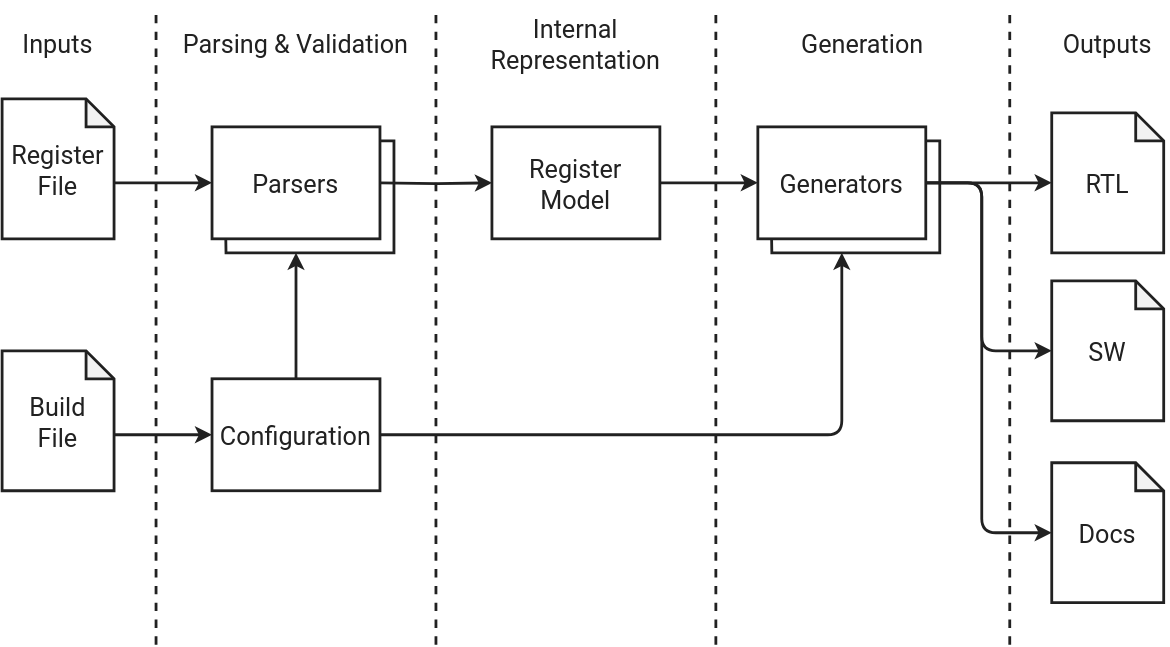
This is dev/assets/images/flow.drawio.svg from corsair-csr/corsair-csr, a draw.io export, as it was before one commit. Source tidied: cells renumbered, new cells last; positions are measured from the earlier drawing's top-left corner, leaving out a move shared by most shapes. The source it was exported from:
```xml
<mxGraphModel>
  <root>
    <mxCell id="0" />
    <mxCell id="1" parent="0" />
    <mxCell id="2" style="rounded=1;jettySize=auto;exitX=0;exitY=0;exitDx=80;exitDy=60;exitPerimeter=0;entryX=0;entryY=0.5;entryDx=0;entryDy=0;fontFamily=Roboto;fontSize=18;fontColor=#212121;fontStyle=0;shadow=0;strokeColor=#212121;strokeWidth=2;align=center;verticalAlign=middle;fillColor=none;fontSource=https%3A%2F%2Ffonts.googleapis.com%2Fcss%3Ffamily%3DRoboto;textShadow=0;" parent="1" edge="1" source="3">
      <mxGeometry relative="1" as="geometry">
        <mxPoint x="150" y="130" as="targetPoint" />
      </mxGeometry>
    </mxCell>
    <mxCell id="3" value="Register&#10;File" style="shape=note;backgroundOutline=1;darkOpacity=0.05;fillColor=none;strokeWidth=2;fontFamily=Roboto;fontSize=18;size=20;fontStyle=0;textShadow=0;shadow=0;strokeColor=#212121;fontColor=#212121;perimeter=rectanglePerimeter;rounded=1;fontSource=https%3A%2F%2Ffonts.googleapis.com%2Fcss%3Ffamily%3DRoboto;align=center;verticalAlign=middle;" parent="1" vertex="1">
      <mxGeometry y="70" width="80" height="100" as="geometry" />
    </mxCell>
    <mxCell id="4" style="edgeStyle=orthogonalEdgeStyle;rounded=1;jettySize=auto;exitX=0;exitY=0;exitDx=80;exitDy=60;exitPerimeter=0;shadow=0;strokeColor=#212121;strokeWidth=2;align=center;verticalAlign=middle;arcSize=0;fontFamily=Roboto;fontSize=18;fontColor=#212121;fontStyle=0;fillColor=none;entryX=0;entryY=0.5;entryDx=0;entryDy=0;fontSource=https%3A%2F%2Ffonts.googleapis.com%2Fcss%3Ffamily%3DRoboto;textShadow=0;" parent="1" edge="1" source="5" target="10">
      <mxGeometry relative="1" as="geometry" />
    </mxCell>
    <mxCell id="5" value="Build&#10;File" style="shape=note;backgroundOutline=1;darkOpacity=0.05;fillColor=none;strokeWidth=2;fontFamily=Roboto;fontSize=18;size=20;fontStyle=0;textShadow=0;shadow=0;strokeColor=#212121;fontColor=#212121;rounded=1;perimeterSpacing=0;fontSource=https%3A%2F%2Ffonts.googleapis.com%2Fcss%3Ffamily%3DRoboto;align=center;verticalAlign=middle;" parent="1" vertex="1">
      <mxGeometry y="250" width="80" height="100" as="geometry" />
    </mxCell>
    <mxCell id="6" style="edgeStyle=orthogonalEdgeStyle;rounded=1;jettySize=auto;html=1;exitX=1;exitY=0.5;exitDx=0;exitDy=0;entryX=0;entryY=0.5;entryDx=0;entryDy=0;shadow=0;strokeColor=#212121;strokeWidth=2;align=center;verticalAlign=middle;fontFamily=Roboto;fontSource=https%3A%2F%2Ffonts.googleapis.com%2Fcss%3Ffamily%3DRoboto;fontSize=18;fontColor=#212121;fontStyle=0;labelBackgroundColor=default;endArrow=classic;fillColor=none;" parent="1" edge="1" source="7" target="26">
      <mxGeometry relative="1" as="geometry">
        <Array as="points">
          <mxPoint x="540" y="130" />
        </Array>
      </mxGeometry>
    </mxCell>
    <mxCell id="7" value="Register&#10;Model" style="rounded=1;shadow=0;strokeColor=#212121;strokeWidth=2;align=center;verticalAlign=middle;fontFamily=Roboto;fontSize=18;fontColor=#212121;fontStyle=0;fillColor=none;arcSize=0;fontSource=https%3A%2F%2Ffonts.googleapis.com%2Fcss%3Ffamily%3DRoboto;textShadow=0;" parent="1" vertex="1">
      <mxGeometry x="350" y="90" width="120" height="80" as="geometry" />
    </mxCell>
    <mxCell id="8" style="edgeStyle=orthogonalEdgeStyle;rounded=1;jettySize=auto;exitX=1;exitY=0.5;exitDx=0;exitDy=0;shadow=0;strokeColor=#212121;strokeWidth=2;align=center;verticalAlign=middle;fontFamily=Roboto;fontSize=18;fontColor=#212121;fontStyle=0;fillColor=none;fontSource=https%3A%2F%2Ffonts.googleapis.com%2Fcss%3Ffamily%3DRoboto;textShadow=0;" parent="1" edge="1" source="10">
      <mxGeometry relative="1" as="geometry">
        <mxPoint x="600" y="180" as="targetPoint" />
        <Array as="points">
          <mxPoint x="320" y="310" />
          <mxPoint x="320" y="310" />
        </Array>
      </mxGeometry>
    </mxCell>
    <mxCell id="9" style="edgeStyle=orthogonalEdgeStyle;rounded=1;jettySize=auto;html=1;exitX=0.5;exitY=0;exitDx=0;exitDy=0;shadow=0;strokeColor=#212121;strokeWidth=2;align=center;verticalAlign=middle;fontFamily=Roboto;fontSource=https%3A%2F%2Ffonts.googleapis.com%2Fcss%3Ffamily%3DRoboto;fontSize=18;fontColor=#212121;fontStyle=0;labelBackgroundColor=default;endArrow=classic;fillColor=none;" parent="1" edge="1" source="10">
      <mxGeometry relative="1" as="geometry">
        <mxPoint x="210" y="180" as="targetPoint" />
      </mxGeometry>
    </mxCell>
    <mxCell id="10" value="Configuration" style="rounded=1;shadow=0;strokeColor=#212121;strokeWidth=2;align=center;verticalAlign=middle;fontFamily=Roboto;fontSize=18;fontColor=#212121;fontStyle=0;fillColor=none;arcSize=0;fontSource=https%3A%2F%2Ffonts.googleapis.com%2Fcss%3Ffamily%3DRoboto;textShadow=0;" parent="1" vertex="1">
      <mxGeometry x="150" y="270" width="120" height="80" as="geometry" />
    </mxCell>
    <mxCell id="11" value="RTL" style="shape=note;backgroundOutline=1;darkOpacity=0.05;fillColor=none;strokeWidth=2;fontFamily=Roboto;fontSize=18;size=20;fontStyle=0;textShadow=0;shadow=0;strokeColor=#212121;fontColor=#212121;perimeter=rectanglePerimeter;rounded=1;fontSource=https%3A%2F%2Ffonts.googleapis.com%2Fcss%3Ffamily%3DRoboto;align=center;verticalAlign=middle;" parent="1" vertex="1">
      <mxGeometry x="750" y="80" width="80" height="100" as="geometry" />
    </mxCell>
    <mxCell id="12" value="Docs" style="shape=note;backgroundOutline=1;darkOpacity=0.05;fillColor=none;strokeWidth=2;fontFamily=Roboto;fontSize=18;size=20;fontStyle=0;textShadow=0;shadow=0;strokeColor=#212121;fontColor=#212121;rounded=1;perimeterSpacing=0;fontSource=https%3A%2F%2Ffonts.googleapis.com%2Fcss%3Ffamily%3DRoboto;align=center;verticalAlign=middle;" parent="1" vertex="1">
      <mxGeometry x="750" y="330" width="80" height="100" as="geometry" />
    </mxCell>
    <mxCell id="13" value="SW" style="shape=note;backgroundOutline=1;darkOpacity=0.05;fillColor=none;strokeWidth=2;fontFamily=Roboto;fontSize=18;size=20;fontStyle=0;textShadow=0;shadow=0;strokeColor=#212121;fontColor=#212121;rounded=1;perimeterSpacing=0;fontSource=https%3A%2F%2Ffonts.googleapis.com%2Fcss%3Ffamily%3DRoboto;align=center;verticalAlign=middle;" parent="1" vertex="1">
      <mxGeometry x="750" y="200" width="80" height="100" as="geometry" />
    </mxCell>
    <mxCell id="14" style="edgeStyle=orthogonalEdgeStyle;rounded=1;jettySize=auto;exitX=1;exitY=0.5;exitDx=0;exitDy=0;entryX=0;entryY=0.5;entryDx=0;entryDy=0;shadow=0;strokeColor=#212121;strokeWidth=2;align=center;verticalAlign=middle;arcSize=0;fontFamily=Roboto;fontSize=18;fontColor=#212121;fontStyle=0;fillColor=none;fontSource=https%3A%2F%2Ffonts.googleapis.com%2Fcss%3Ffamily%3DRoboto;textShadow=0;" parent="1" edge="1" target="7">
      <mxGeometry relative="1" as="geometry">
        <mxPoint x="270" y="130" as="sourcePoint" />
      </mxGeometry>
    </mxCell>
    <mxCell id="15" style="edgeStyle=orthogonalEdgeStyle;rounded=1;jettySize=auto;exitX=1;exitY=0.5;exitDx=0;exitDy=0;entryX=0;entryY=0.5;entryDx=0;entryDy=0;entryPerimeter=0;shadow=0;strokeColor=#212121;strokeWidth=2;align=center;verticalAlign=middle;fontFamily=Roboto;fontSize=18;fontColor=#212121;fontStyle=0;fillColor=none;fontSource=https%3A%2F%2Ffonts.googleapis.com%2Fcss%3Ffamily%3DRoboto;textShadow=0;" parent="1" edge="1" source="26" target="13">
      <mxGeometry relative="1" as="geometry">
        <Array as="points">
          <mxPoint x="700" y="130" />
          <mxPoint x="700" y="250" />
        </Array>
      </mxGeometry>
    </mxCell>
    <mxCell id="16" style="edgeStyle=orthogonalEdgeStyle;rounded=1;jettySize=auto;exitX=1;exitY=0.5;exitDx=0;exitDy=0;entryX=0;entryY=0.5;entryDx=0;entryDy=0;entryPerimeter=0;shadow=0;strokeColor=#212121;strokeWidth=2;align=center;verticalAlign=middle;fontFamily=Roboto;fontSize=18;fontColor=#212121;fontStyle=0;fillColor=none;fontSource=https%3A%2F%2Ffonts.googleapis.com%2Fcss%3Ffamily%3DRoboto;textShadow=0;" parent="1" edge="1" source="26" target="11">
      <mxGeometry relative="1" as="geometry">
        <Array as="points">
          <mxPoint x="720" y="130" />
          <mxPoint x="720" y="130" />
        </Array>
      </mxGeometry>
    </mxCell>
    <mxCell id="17" style="edgeStyle=orthogonalEdgeStyle;rounded=1;jettySize=auto;exitX=1;exitY=0.5;exitDx=0;exitDy=0;entryX=0;entryY=0.5;entryDx=0;entryDy=0;entryPerimeter=0;shadow=0;strokeColor=#212121;strokeWidth=2;align=center;verticalAlign=middle;fontFamily=Roboto;fontSize=18;fontColor=#212121;fontStyle=0;fillColor=none;fontSource=https%3A%2F%2Ffonts.googleapis.com%2Fcss%3Ffamily%3DRoboto;textShadow=0;" parent="1" edge="1" source="26" target="12">
      <mxGeometry relative="1" as="geometry">
        <Array as="points">
          <mxPoint x="700" y="130" />
          <mxPoint x="700" y="380" />
        </Array>
      </mxGeometry>
    </mxCell>
    <mxCell id="18" style="endArrow=none;dashed=1;rounded=1;shadow=0;strokeColor=#212121;strokeWidth=2;align=center;verticalAlign=middle;fontFamily=Roboto;fontSize=18;fontColor=#212121;fontStyle=0;fillColor=none;fontSource=https%3A%2F%2Ffonts.googleapis.com%2Fcss%3Ffamily%3DRoboto;textShadow=0;" parent="1" edge="1">
      <mxGeometry relative="1" as="geometry">
        <mxPoint x="510" y="460" as="sourcePoint" />
        <mxPoint x="510" y="10" as="targetPoint" />
      </mxGeometry>
    </mxCell>
    <mxCell id="19" style="endArrow=none;dashed=1;rounded=1;shadow=0;strokeColor=#212121;strokeWidth=2;align=center;verticalAlign=middle;fontFamily=Roboto;fontSize=18;fontColor=#212121;fontStyle=0;fillColor=none;fontSource=https%3A%2F%2Ffonts.googleapis.com%2Fcss%3Ffamily%3DRoboto;textShadow=0;" parent="1" edge="1">
      <mxGeometry relative="1" as="geometry">
        <mxPoint x="110" y="460" as="sourcePoint" />
        <mxPoint x="110" y="10" as="targetPoint" />
      </mxGeometry>
    </mxCell>
    <mxCell id="20" value="Parsing &amp; Validation" style="text;align=center;verticalAlign=middle;strokeColor=none;fillColor=none;fontFamily=Roboto;fontSource=https%3A%2F%2Ffonts.googleapis.com%2Fcss%3Ffamily%3DRoboto;fontSize=18;textShadow=0;fontColor=#212121;fontStyle=0;" parent="1" vertex="1">
      <mxGeometry x="120" y="10" width="180" height="40" as="geometry" />
    </mxCell>
    <mxCell id="21" value="Generation" style="text;align=center;verticalAlign=middle;strokeColor=none;fillColor=none;fontFamily=Roboto;fontSource=https%3A%2F%2Ffonts.googleapis.com%2Fcss%3Ffamily%3DRoboto;fontSize=18;textShadow=0;fontColor=#212121;fontStyle=0;" parent="1" vertex="1">
      <mxGeometry x="560" y="10" width="110" height="40" as="geometry" />
    </mxCell>
    <mxCell id="22" value="Outputs" style="text;align=center;verticalAlign=middle;strokeColor=none;fillColor=none;fontFamily=Roboto;fontSource=https%3A%2F%2Ffonts.googleapis.com%2Fcss%3Ffamily%3DRoboto;fontSize=18;textShadow=0;fontColor=#212121;fontStyle=0;" parent="1" vertex="1">
      <mxGeometry x="745" y="10" width="90" height="40" as="geometry" />
    </mxCell>
    <mxCell id="23" value="Inputs" style="text;align=center;verticalAlign=middle;strokeColor=none;fillColor=none;fontFamily=Roboto;fontSource=https%3A%2F%2Ffonts.googleapis.com%2Fcss%3Ffamily%3DRoboto;fontSize=18;textShadow=0;fontColor=#212121;fontStyle=0;" parent="1" vertex="1">
      <mxGeometry x="5" y="10" width="70" height="40" as="geometry" />
    </mxCell>
    <mxCell id="24" style="endArrow=none;dashed=1;rounded=1;shadow=0;strokeColor=#212121;strokeWidth=2;align=center;verticalAlign=middle;fontFamily=Roboto;fontSize=18;fontColor=#212121;fontStyle=0;fillColor=none;fontSource=https%3A%2F%2Ffonts.googleapis.com%2Fcss%3Ffamily%3DRoboto;textShadow=0;" parent="1" edge="1">
      <mxGeometry relative="1" as="geometry">
        <mxPoint x="720" y="460" as="sourcePoint" />
        <mxPoint x="720" y="10" as="targetPoint" />
      </mxGeometry>
    </mxCell>
    <mxCell id="25" style="group;rounded=1;shadow=0;strokeColor=none;strokeWidth=2;align=center;verticalAlign=middle;fontFamily=Roboto;fontSource=https%3A%2F%2Ffonts.googleapis.com%2Fcss%3Ffamily%3DRoboto;fontSize=18;fontColor=#212121;fontStyle=0;fillColor=none;" parent="1" vertex="1">
      <mxGeometry x="540" y="90" width="130" height="90" as="geometry" />
    </mxCell>
    <mxCell id="26" value="Generators" style="rounded=1;shadow=0;strokeColor=#212121;strokeWidth=2;align=center;verticalAlign=middle;fontFamily=Roboto;fontSize=18;fontColor=#212121;fontStyle=0;fillColor=none;arcSize=0;fontSource=https%3A%2F%2Ffonts.googleapis.com%2Fcss%3Ffamily%3DRoboto;textShadow=0;" parent="25" vertex="1">
      <mxGeometry width="120" height="80" as="geometry" />
    </mxCell>
    <mxCell id="27" style="endArrow=none;rounded=0;fontFamily=Roboto;fontSize=18;fontColor=#212121;fontStyle=0;strokeWidth=2;entryX=1;entryY=0.125;entryDx=0;entryDy=0;entryPerimeter=0;shadow=0;strokeColor=#212121;align=center;verticalAlign=middle;fillColor=none;fontSource=https%3A%2F%2Ffonts.googleapis.com%2Fcss%3Ffamily%3DRoboto;textShadow=0;exitX=0.082;exitY=1.003;exitDx=0;exitDy=0;exitPerimeter=0;curved=0;" parent="25" edge="1" source="26" target="26">
      <mxGeometry relative="1" as="geometry">
        <Array as="points">
          <mxPoint x="10" y="90" />
          <mxPoint x="130" y="90" />
          <mxPoint x="130" y="10" />
        </Array>
      </mxGeometry>
    </mxCell>
    <mxCell id="28" style="group;rounded=0;shadow=0;strokeColor=none;strokeWidth=2;align=center;verticalAlign=middle;fontFamily=Roboto;fontSource=https%3A%2F%2Ffonts.googleapis.com%2Fcss%3Ffamily%3DRoboto;fontSize=18;fontColor=#212121;fontStyle=0;fillColor=none;" parent="1" vertex="1">
      <mxGeometry x="150" y="90" width="130" height="90" as="geometry" />
    </mxCell>
    <mxCell id="29" value="Parsers" style="rounded=1;shadow=0;strokeColor=#212121;strokeWidth=2;align=center;verticalAlign=middle;fontFamily=Roboto;fontSize=18;fontColor=#212121;fontStyle=0;fillColor=none;arcSize=0;fontSource=https%3A%2F%2Ffonts.googleapis.com%2Fcss%3Ffamily%3DRoboto;textShadow=0;" parent="28" vertex="1">
      <mxGeometry width="120" height="80" as="geometry" />
    </mxCell>
    <mxCell id="30" style="endArrow=none;rounded=0;fontFamily=Roboto;fontSize=18;fontColor=#212121;fontStyle=0;strokeWidth=2;entryX=1;entryY=0.125;entryDx=0;entryDy=0;entryPerimeter=0;shadow=0;strokeColor=#212121;align=center;verticalAlign=middle;fillColor=none;fontSource=https%3A%2F%2Ffonts.googleapis.com%2Fcss%3Ffamily%3DRoboto;textShadow=0;exitX=0.082;exitY=1.003;exitDx=0;exitDy=0;exitPerimeter=0;curved=0;" parent="28" edge="1" source="29" target="29">
      <mxGeometry relative="1" as="geometry">
        <Array as="points">
          <mxPoint x="10" y="90" />
          <mxPoint x="130" y="90" />
          <mxPoint x="130" y="10" />
        </Array>
      </mxGeometry>
    </mxCell>
    <mxCell id="31" style="endArrow=none;dashed=1;rounded=1;shadow=0;strokeColor=#212121;strokeWidth=2;align=center;verticalAlign=middle;fontFamily=Roboto;fontSize=18;fontColor=#212121;fontStyle=0;fillColor=none;fontSource=https%3A%2F%2Ffonts.googleapis.com%2Fcss%3Ffamily%3DRoboto;textShadow=0;" parent="1" edge="1">
      <mxGeometry relative="1" as="geometry">
        <mxPoint x="310" y="460" as="sourcePoint" />
        <mxPoint x="310" y="10" as="targetPoint" />
      </mxGeometry>
    </mxCell>
    <mxCell id="32" value="Internal&#10;Representation" style="text;align=center;verticalAlign=middle;strokeColor=none;fillColor=none;fontFamily=Roboto;fontSource=https%3A%2F%2Ffonts.googleapis.com%2Fcss%3Ffamily%3DRoboto;fontSize=18;textShadow=0;fontColor=#212121;fontStyle=0;" parent="1" vertex="1">
      <mxGeometry x="340" width="140" height="60" as="geometry" />
    </mxCell>
  </root>
</mxGraphModel>
```
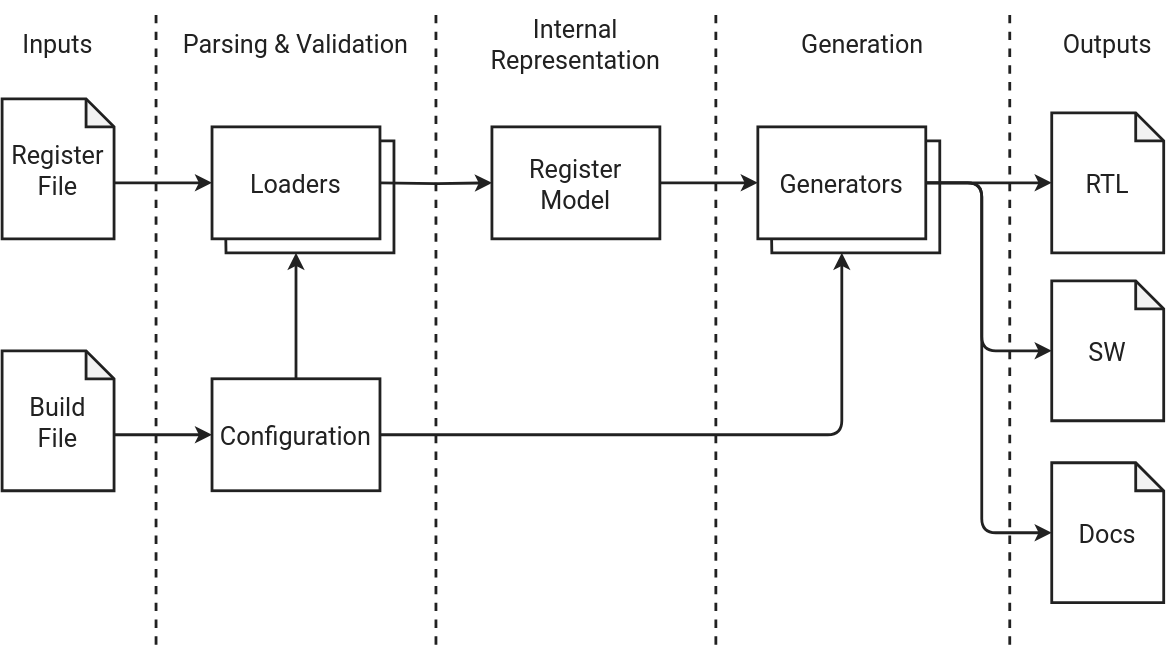
The same file after the commit.

Diff of the diagram source:
```diff
@@ -129,7 +129,7 @@
     <mxCell id="28" style="group;rounded=0;shadow=0;strokeColor=none;strokeWidth=2;align=center;verticalAlign=middle;fontFamily=Roboto;fontSource=https%3A%2F%2Ffonts.googleapis.com%2Fcss%3Ffamily%3DRoboto;fontSize=18;fontColor=#212121;fontStyle=0;fillColor=none;" parent="1" vertex="1">
       <mxGeometry x="150" y="90" width="130" height="90" as="geometry" />
     </mxCell>
-    <mxCell id="29" value="Parsers" style="rounded=1;shadow=0;strokeColor=#212121;strokeWidth=2;align=center;verticalAlign=middle;fontFamily=Roboto;fontSize=18;fontColor=#212121;fontStyle=0;fillColor=none;arcSize=0;fontSource=https%3A%2F%2Ffonts.googleapis.com%2Fcss%3Ffamily%3DRoboto;textShadow=0;" parent="28" vertex="1">
+    <mxCell id="29" value="Loaders" style="rounded=1;shadow=0;strokeColor=#212121;strokeWidth=2;align=center;verticalAlign=middle;fontFamily=Roboto;fontSize=18;fontColor=#212121;fontStyle=0;fillColor=none;arcSize=0;fontSource=https%3A%2F%2Ffonts.googleapis.com%2Fcss%3Ffamily%3DRoboto;textShadow=0;" parent="28" vertex="1">
       <mxGeometry width="120" height="80" as="geometry" />
     </mxCell>
     <mxCell id="30" style="endArrow=none;rounded=0;fontFamily=Roboto;fontSize=18;fontColor=#212121;fontStyle=0;strokeWidth=2;entryX=1;entryY=0.125;entryDx=0;entryDy=0;entryPerimeter=0;shadow=0;strokeColor=#212121;align=center;verticalAlign=middle;fillColor=none;fontSource=https%3A%2F%2Ffonts.googleapis.com%2Fcss%3Ffamily%3DRoboto;textShadow=0;exitX=0.082;exitY=1.003;exitDx=0;exitDy=0;exitPerimeter=0;curved=0;" parent="28" edge="1" source="29" target="29">
```
